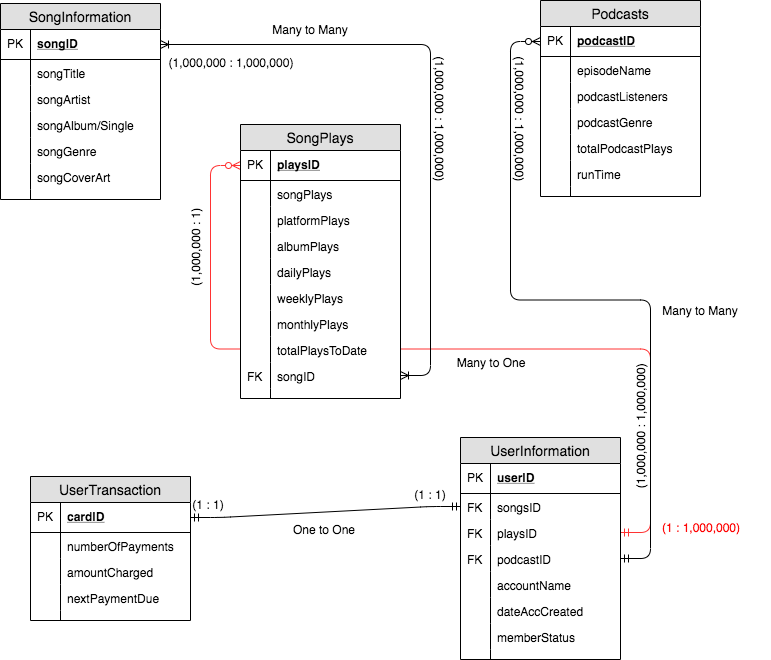
The draw.io diagram example/IST 210 Second Draft ER Diagram.png in alicev22/IST-210-workshop, before a commit. Source tidied: cells renumbered, new cells last; positions are measured from the earlier drawing's top-left corner, leaving out a move shared by most shapes.
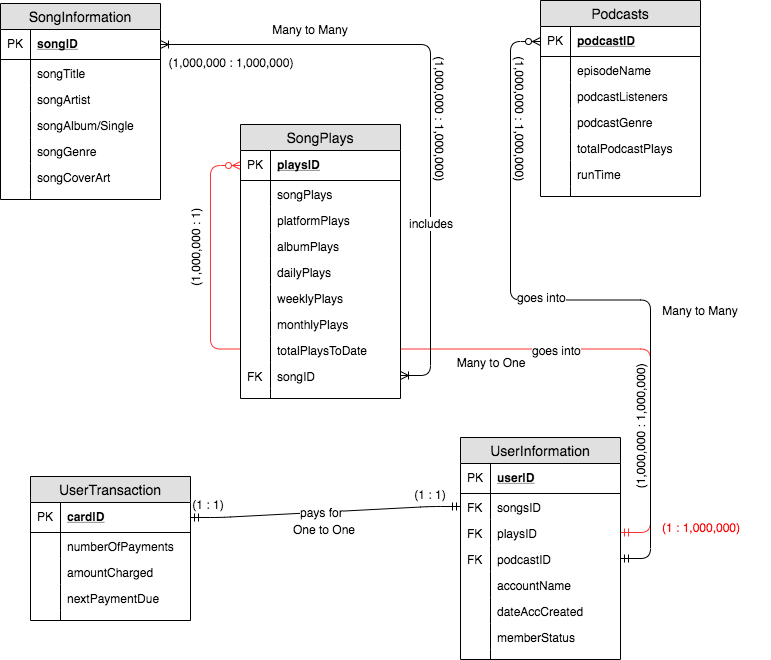
The same diagram one commit later.

The edit, as a diff of the source:
```diff
@@ -5,6 +5,9 @@
     <mxCell id="2" style="fontSize=12;html=1;endArrow=ERzeroToMany;startArrow=ERmandOne;entryX=0;entryY=0.5;entryDx=0;entryDy=0;exitX=1;exitY=0.5;exitDx=0;exitDy=0;rounded=1;edgeStyle=entityRelationEdgeStyle;elbow=vertical;fillColor=#f8cecc;strokeColor=#FF3333;" parent="1" edge="1" source="34" target="47">
       <mxGeometry relative="1" as="geometry" />
     </mxCell>
+    <mxCell id="97" value="goes into" style="text;html=1;align=center;verticalAlign=middle;labelBackgroundColor=#ffffff;" parent="2" vertex="1">
+      <mxGeometry x="-0.29" y="1" relative="1" as="geometry" />
+    </mxCell>
     <mxCell id="3" value="SongInformation" style="swimlane;fontStyle=0;horizontal=1;startSize=26;fillColor=#e0e0e0;swimlaneFillColor=#ffffff;align=center;fontSize=14;" parent="1" vertex="1">
       <mxGeometry y="3" width="160" height="196" as="geometry" />
     </mxCell>
@@ -245,12 +248,23 @@
     <mxCell id="82" style="edgeStyle=entityRelationEdgeStyle;fontSize=12;html=1;endArrow=ERmandOne;startArrow=ERmandOne;exitX=1;exitY=0.5;exitDx=0;exitDy=0;entryX=0;entryY=0.5;entryDx=0;entryDy=0;" parent="1" edge="1" source="19" target="32">
       <mxGeometry relative="1" as="geometry" />
     </mxCell>
+    <mxCell id="98" value="pays for" style="text;html=1;align=center;verticalAlign=middle;labelBackgroundColor=#ffffff;" parent="82" vertex="1">
+      <mxGeometry x="-0.03" relative="1" as="geometry" />
+    </mxCell>
     <mxCell id="83" style="edgeStyle=entityRelationEdgeStyle;fontSize=12;html=1;endArrow=ERzeroToMany;startArrow=ERmandOne;exitX=1;exitY=0.5;exitDx=0;exitDy=0;entryX=0;entryY=0.5;entryDx=0;entryDy=0;" parent="1" edge="1" source="36" target="68">
       <mxGeometry relative="1" as="geometry" />
     </mxCell>
+    <mxCell id="99" value="goes into" style="text;html=1;align=center;verticalAlign=middle;labelBackgroundColor=#ffffff;" parent="83" vertex="1">
+      <mxGeometry x="0.11" y="-3" relative="1" as="geometry">
+        <mxPoint x="1" as="offset" />
+      </mxGeometry>
+    </mxCell>
     <mxCell id="84" style="edgeStyle=entityRelationEdgeStyle;fontSize=12;html=1;endArrow=ERoneToMany;startArrow=ERoneToMany;exitX=1;exitY=0.5;exitDx=0;exitDy=0;" parent="1" edge="1" source="63" target="4">
       <mxGeometry relative="1" as="geometry" />
     </mxCell>
+    <mxCell id="100" value="includes" style="text;html=1;align=center;verticalAlign=middle;labelBackgroundColor=#ffffff;" parent="84" vertex="1">
+      <mxGeometry x="-0.42" relative="1" as="geometry" />
+    </mxCell>
     <mxCell id="85" value="Many to Many" style="text;html=1;strokeColor=none;fillColor=none;align=center;verticalAlign=middle;whiteSpace=wrap;rounded=0;" parent="1" vertex="1">
       <mxGeometry x="265" y="19" width="90" height="20" as="geometry" />
     </mxCell>
```
